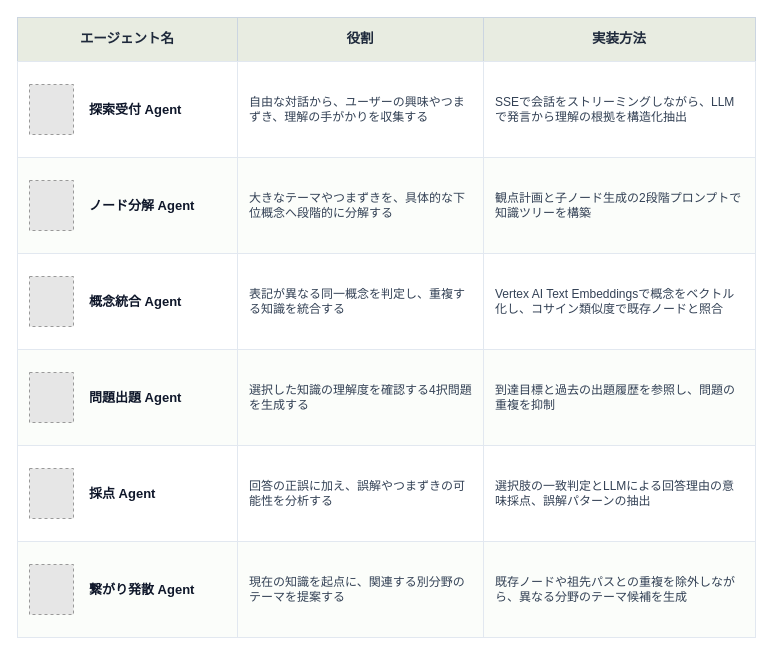
sagara-221/IntellectusMap keeps this draw.io diagram as doc/エージェント構成図/agent_roles_table.drawio. Above is the earlier version. Source tidied: cells renumbered, new cells numbered last; positions are measured from the earlier drawing's top-left corner, leaving out a move shared by most shapes. Both pictures are drawn from the tidied source at 100%, with x=0, y=0 at pixel (17, 17). Pictures stored in the file or linked from it are replaced by grey dashed boxes.
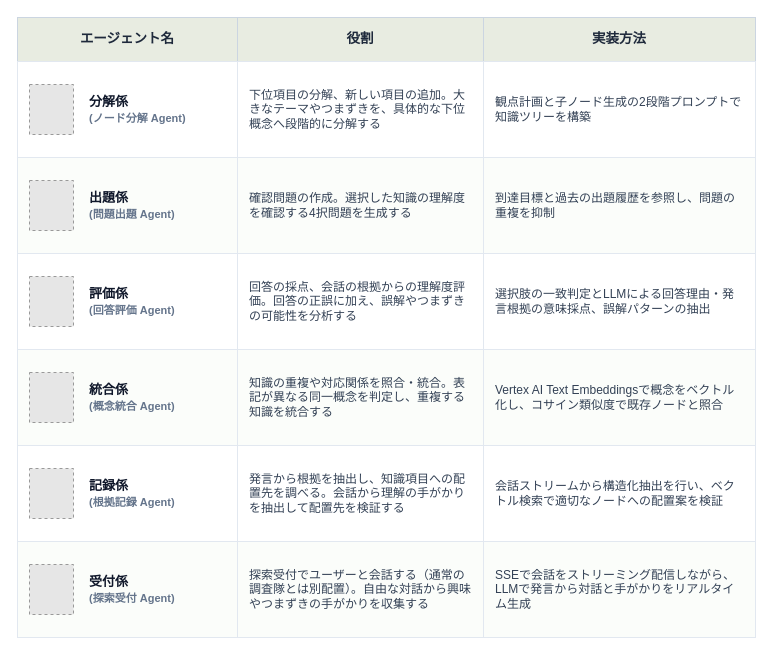
After the change.

Commit message (it also covers changes not shown here):
fix(docs): cut out new agent icons from guide and update drawio and png tables

What changed in the source:
```diff
@@
-    <mxCell id="5" value="&lt;b&gt;探索受付 Agent&lt;/b&gt;" style="fillColor=#FFFFFF;strokeColor=#E2E8F0;strokeWidth=1;align=left;verticalAlign=middle;spacingLeft=70;fontSize=13;fontStyle=1;fontColor=#0F172A;whiteSpace=wrap;html=1;" parent="1" vertex="1">
+    <mxCell id="5" value="&lt;b&gt;分解係&lt;/b&gt;&lt;br&gt;&lt;span style=&quot;font-size: 11px; color: #64748B;&quot;&gt;(ノード分解 Agent)&lt;/span&gt;" style="fillColor=#FFFFFF;strokeColor=#E2E8F0;strokeWidth=1;align=left;verticalAlign=middle;spacingLeft=70;fontSize=13;fontStyle=1;fontColor=#0F172A;whiteSpace=wrap;html=1;" parent="1" vertex="1">
       <mxGeometry y="44" width="220" height="96" as="geometry" />
     </mxCell>
@@
-    <mxCell id="7" value="自由な対話から、ユーザーの興味やつまずき、理解の手がかりを収集する" style="fillColor=#FFFFFF;strokeColor=#E2E8F0;strokeWidth=1;align=left;verticalAlign=middle;spacingLeft=10;spacingRight=10;fontSize=12;fontColor=#334155;whiteSpace=wrap;html=1;" parent="1" vertex="1">
+    <mxCell id="7" value="下位項目の分解、新しい項目の追加。大きなテーマやつまずきを、具体的な下位概念へ段階的に分解する" style="fillColor=#FFFFFF;strokeColor=#E2E8F0;strokeWidth=1;align=left;verticalAlign=middle;spacingLeft=10;spacingRight=10;fontSize=12;fontColor=#334155;whiteSpace=wrap;html=1;" parent="1" vertex="1">
       <mxGeometry x="220" y="44" width="246" height="96" as="geometry" />
     </mxCell>
-    <mxCell id="8" value="SSEで会話をストリーミングしながら、LLMで発言から理解の根拠を構造化抽出" style="fillColor=#FFFFFF;strokeColor=#E2E8F0;strokeWidth=1;align=left;verticalAlign=middle;spacingLeft=10;spacingRight=10;fontSize=12;fontColor=#334155;whiteSpace=wrap;html=1;" parent="1" vertex="1">
+    <mxCell id="8" value="観点計画と子ノード生成の2段階プロンプトで知識ツリーを構築" style="fillColor=#FFFFFF;strokeColor=#E2E8F0;strokeWidth=1;align=left;verticalAlign=middle;spacingLeft=10;spacingRight=10;fontSize=12;fontColor=#334155;whiteSpace=wrap;html=1;" parent="1" vertex="1">
       <mxGeometry x="466" y="44" width="272" height="96" as="geometry" />
     </mxCell>
-    <mxCell id="9" value="&lt;b&gt;ノード分解 Agent&lt;/b&gt;" style="fillColor=#FBFDFA;strokeColor=#E2E8F0;strokeWidth=1;align=left;verticalAlign=middle;spacingLeft=70;fontSize=13;fontStyle=1;fontColor=#0F172A;whiteSpace=wrap;html=1;" parent="1" vertex="1">
+    <mxCell id="9" value="&lt;b&gt;出題係&lt;/b&gt;&lt;br&gt;&lt;span style=&quot;font-size: 11px; color: #64748B;&quot;&gt;(問題出題 Agent)&lt;/span&gt;" style="fillColor=#FBFDFA;strokeColor=#E2E8F0;strokeWidth=1;align=left;verticalAlign=middle;spacingLeft=70;fontSize=13;fontStyle=1;fontColor=#0F172A;whiteSpace=wrap;html=1;" parent="1" vertex="1">
       <mxGeometry y="140" width="220" height="96" as="geometry" />
     </mxCell>
@@
-    <mxCell id="11" value="大きなテーマやつまずきを、具体的な下位概念へ段階的に分解する" style="fillColor=#FBFDFA;strokeColor=#E2E8F0;strokeWidth=1;align=left;verticalAlign=middle;spacingLeft=10;spacingRight=10;fontSize=12;fontColor=#334155;whiteSpace=wrap;html=1;" parent="1" vertex="1">
+    <mxCell id="11" value="確認問題の作成。選択した知識の理解度を確認する4択問題を生成する" style="fillColor=#FBFDFA;strokeColor=#E2E8F0;strokeWidth=1;align=left;verticalAlign=middle;spacingLeft=10;spacingRight=10;fontSize=12;fontColor=#334155;whiteSpace=wrap;html=1;" parent="1" vertex="1">
       <mxGeometry x="220" y="140" width="246" height="96" as="geometry" />
     </mxCell>
-    <mxCell id="12" value="観点計画と子ノード生成の2段階プロンプトで知識ツリーを構築" style="fillColor=#FBFDFA;strokeColor=#E2E8F0;strokeWidth=1;align=left;verticalAlign=middle;spacingLeft=10;spacingRight=10;fontSize=12;fontColor=#334155;whiteSpace=wrap;html=1;" parent="1" vertex="1">
+    <mxCell id="12" value="到達目標と過去の出題履歴を参照し、問題の重複を抑制" style="fillColor=#FBFDFA;strokeColor=#E2E8F0;strokeWidth=1;align=left;verticalAlign=middle;spacingLeft=10;spacingRight=10;fontSize=12;fontColor=#334155;whiteSpace=wrap;html=1;" parent="1" vertex="1">
       <mxGeometry x="466" y="140" width="272" height="96" as="geometry" />
     </mxCell>
-    <mxCell id="13" value="&lt;b&gt;概念統合 Agent&lt;/b&gt;" style="fillColor=#FFFFFF;strokeColor=#E2E8F0;strokeWidth=1;align=left;verticalAlign=middle;spacingLeft=70;fontSize=13;fontStyle=1;fontColor=#0F172A;whiteSpace=wrap;html=1;" parent="1" vertex="1">
+    <mxCell id="13" value="&lt;b&gt;評価係&lt;/b&gt;&lt;br&gt;&lt;span style=&quot;font-size: 11px; color: #64748B;&quot;&gt;(回答評価 Agent)&lt;/span&gt;" style="fillColor=#FFFFFF;strokeColor=#E2E8F0;strokeWidth=1;align=left;verticalAlign=middle;spacingLeft=70;fontSize=13;fontStyle=1;fontColor=#0F172A;whiteSpace=wrap;html=1;" parent="1" vertex="1">
       <mxGeometry y="236" width="220" height="96" as="geometry" />
     </mxCell>
@@
-    <mxCell id="15" value="表記が異なる同一概念を判定し、重複する知識を統合する" style="fillColor=#FFFFFF;strokeColor=#E2E8F0;strokeWidth=1;align=left;verticalAlign=middle;spacingLeft=10;spacingRight=10;fontSize=12;fontColor=#334155;whiteSpace=wrap;html=1;" parent="1" vertex="1">
+    <mxCell id="15" value="回答の採点、会話の根拠からの理解度評価。回答の正誤に加え、誤解やつまずきの可能性を分析する" style="fillColor=#FFFFFF;strokeColor=#E2E8F0;strokeWidth=1;align=left;verticalAlign=middle;spacingLeft=10;spacingRight=10;fontSize=12;fontColor=#334155;whiteSpace=wrap;html=1;" parent="1" vertex="1">
       <mxGeometry x="220" y="236" width="246" height="96" as="geometry" />
     </mxCell>
-    <mxCell id="16" value="Vertex AI Text Embeddingsで概念をベクトル化し、コサイン類似度で既存ノードと照合" style="fillColor=#FFFFFF;strokeColor=#E2E8F0;strokeWidth=1;align=left;verticalAlign=middle;spacingLeft=10;spacingRight=10;fontSize=12;fontColor=#334155;whiteSpace=wrap;html=1;" parent="1" vertex="1">
+    <mxCell id="16" value="選択肢の一致判定とLLMによる回答理由・発言根拠の意味採点、誤解パターンの抽出" style="fillColor=#FFFFFF;strokeColor=#E2E8F0;strokeWidth=1;align=left;verticalAlign=middle;spacingLeft=10;spacingRight=10;fontSize=12;fontColor=#334155;whiteSpace=wrap;html=1;" parent="1" vertex="1">
       <mxGeometry x="466" y="236" width="272" height="96" as="geometry" />
     </mxCell>
-    <mxCell id="17" value="&lt;b&gt;問題出題 Agent&lt;/b&gt;" style="fillColor=#FBFDFA;strokeColor=#E2E8F0;strokeWidth=1;align=left;verticalAlign=middle;spacingLeft=70;fontSize=13;fontStyle=1;fontColor=#0F172A;whiteSpace=wrap;html=1;" parent="1" vertex="1">
+    <mxCell id="17" value="&lt;b&gt;統合係&lt;/b&gt;&lt;br&gt;&lt;span style=&quot;font-size: 11px; color: #64748B;&quot;&gt;(概念統合 Agent)&lt;/span&gt;" style="fillColor=#FBFDFA;strokeColor=#E2E8F0;strokeWidth=1;align=left;verticalAlign=middle;spacingLeft=70;fontSize=13;fontStyle=1;fontColor=#0F172A;whiteSpace=wrap;html=1;" parent="1" vertex="1">
       <mxGeometry y="332" width="220" height="96" as="geometry" />
     </mxCell>
@@
-    <mxCell id="19" value="選択した知識の理解度を確認する4択問題を生成する" style="fillColor=#FBFDFA;strokeColor=#E2E8F0;strokeWidth=1;align=left;verticalAlign=middle;spacingLeft=10;spacingRight=10;fontSize=12;fontColor=#334155;whiteSpace=wrap;html=1;" parent="1" vertex="1">
+    <mxCell id="19" value="知識の重複や対応関係を照合・統合。表記が異なる同一概念を判定し、重複する知識を統合する" style="fillColor=#FBFDFA;strokeColor=#E2E8F0;strokeWidth=1;align=left;verticalAlign=middle;spacingLeft=10;spacingRight=10;fontSize=12;fontColor=#334155;whiteSpace=wrap;html=1;" parent="1" vertex="1">
       <mxGeometry x="220" y="332" width="246" height="96" as="geometry" />
     </mxCell>
-    <mxCell id="20" value="到達目標と過去の出題履歴を参照し、問題の重複を抑制" style="fillColor=#FBFDFA;strokeColor=#E2E8F0;strokeWidth=1;align=left;verticalAlign=middle;spacingLeft=10;spacingRight=10;fontSize=12;fontColor=#334155;whiteSpace=wrap;html=1;" parent="1" vertex="1">
+    <mxCell id="20" value="Vertex AI Text Embeddingsで概念をベクトル化し、コサイン類似度で既存ノードと照合" style="fillColor=#FBFDFA;strokeColor=#E2E8F0;strokeWidth=1;align=left;verticalAlign=middle;spacingLeft=10;spacingRight=10;fontSize=12;fontColor=#334155;whiteSpace=wrap;html=1;" parent="1" vertex="1">
       <mxGeometry x="466" y="332" width="272" height="96" as="geometry" />
     </mxCell>
-    <mxCell id="21" value="&lt;b&gt;採点 Agent&lt;/b&gt;" style="fillColor=#FFFFFF;strokeColor=#E2E8F0;strokeWidth=1;align=left;verticalAlign=middle;spacingLeft=70;fontSize=13;fontStyle=1;fontColor=#0F172A;whiteSpace=wrap;html=1;" parent="1" vertex="1">
+    <mxCell id="21" value="&lt;b&gt;記録係&lt;/b&gt;&lt;br&gt;&lt;span style=&quot;font-size: 11px; color: #64748B;&quot;&gt;(根拠記録 Agent)&lt;/span&gt;" style="fillColor=#FFFFFF;strokeColor=#E2E8F0;strokeWidth=1;align=left;verticalAlign=middle;spacingLeft=70;fontSize=13;fontStyle=1;fontColor=#0F172A;whiteSpace=wrap;html=1;" parent="1" vertex="1">
       <mxGeometry y="428" width="220" height="96" as="geometry" />
     </mxCell>
@@
-    <mxCell id="23" value="回答の正誤に加え、誤解やつまずきの可能性を分析する" style="fillColor=#FFFFFF;strokeColor=#E2E8F0;strokeWidth=1;align=left;verticalAlign=middle;spacingLeft=10;spacingRight=10;fontSize=12;fontColor=#334155;whiteSpace=wrap;html=1;" parent="1" vertex="1">
+    <mxCell id="23" value="発言から根拠を抽出し、知識項目への配置先を調べる。会話から理解の手がかりを抽出して配置先を検証する" style="fillColor=#FFFFFF;strokeColor=#E2E8F0;strokeWidth=1;align=left;verticalAlign=middle;spacingLeft=10;spacingRight=10;fontSize=12;fontColor=#334155;whiteSpace=wrap;html=1;" parent="1" vertex="1">
       <mxGeometry x="220" y="428" width="246" height="96" as="geometry" />
     </mxCell>
-    <mxCell id="24" value="選択肢の一致判定とLLMによる回答理由の意味採点、誤解パターンの抽出" style="fillColor=#FFFFFF;strokeColor=#E2E8F0;strokeWidth=1;align=left;verticalAlign=middle;spacingLeft=10;spacingRight=10;fontSize=12;fontColor=#334155;whiteSpace=wrap;html=1;" parent="1" vertex="1">
+    <mxCell id="24" value="会話ストリームから構造化抽出を行い、ベクトル検索で適切なノードへの配置案を検証" style="fillColor=#FFFFFF;strokeColor=#E2E8F0;strokeWidth=1;align=left;verticalAlign=middle;spacingLeft=10;spacingRight=10;fontSize=12;fontColor=#334155;whiteSpace=wrap;html=1;" parent="1" vertex="1">
       <mxGeometry x="466" y="428" width="272" height="96" as="geometry" />
     </mxCell>
-    <mxCell id="25" value="&lt;b&gt;繋がり発散 Agent&lt;/b&gt;" style="fillColor=#FBFDFA;strokeColor=#E2E8F0;strokeWidth=1;align=left;verticalAlign=middle;spacingLeft=70;fontSize=13;fontStyle=1;fontColor=#0F172A;whiteSpace=wrap;html=1;" parent="1" vertex="1">
+    <mxCell id="25" value="&lt;b&gt;受付係&lt;/b&gt;&lt;br&gt;&lt;span style=&quot;font-size: 11px; color: #64748B;&quot;&gt;(探索受付 Agent)&lt;/span&gt;" style="fillColor=#FBFDFA;strokeColor=#E2E8F0;strokeWidth=1;align=left;verticalAlign=middle;spacingLeft=70;fontSize=13;fontStyle=1;fontColor=#0F172A;whiteSpace=wrap;html=1;" parent="1" vertex="1">
       <mxGeometry y="524" width="220" height="96" as="geometry" />
     </mxCell>
@@
-    <mxCell id="27" value="現在の知識を起点に、関連する別分野のテーマを提案する" style="fillColor=#FBFDFA;strokeColor=#E2E8F0;strokeWidth=1;align=left;verticalAlign=middle;spacingLeft=10;spacingRight=10;fontSize=12;fontColor=#334155;whiteSpace=wrap;html=1;" parent="1" vertex="1">
+    <mxCell id="27" value="探索受付でユーザーと会話する（通常の調査隊とは別配置）。自由な対話から興味やつまずきの手がかりを収集する" style="fillColor=#FBFDFA;strokeColor=#E2E8F0;strokeWidth=1;align=left;verticalAlign=middle;spacingLeft=10;spacingRight=10;fontSize=12;fontColor=#334155;whiteSpace=wrap;html=1;" parent="1" vertex="1">
       <mxGeometry x="220" y="524" width="246" height="96" as="geometry" />
     </mxCell>
-    <mxCell id="28" value="既存ノードや祖先パスとの重複を除外しながら、異なる分野のテーマ候補を生成" style="fillColor=#FBFDFA;strokeColor=#E2E8F0;strokeWidth=1;align=left;verticalAlign=middle;spacingLeft=10;spacingRight=10;fontSize=12;fontColor=#334155;whiteSpace=wrap;html=1;" parent="1" vertex="1">
+    <mxCell id="28" value="SSEで会話をストリーミング配信しながら、LLMで発言から対話と手がかりをリアルタイム生成" style="fillColor=#FBFDFA;strokeColor=#E2E8F0;strokeWidth=1;align=left;verticalAlign=middle;spacingLeft=10;spacingRight=10;fontSize=12;fontColor=#334155;whiteSpace=wrap;html=1;" parent="1" vertex="1">
       <mxGeometry x="466" y="524" width="272" height="96" as="geometry" />
     </mxCell>
```
